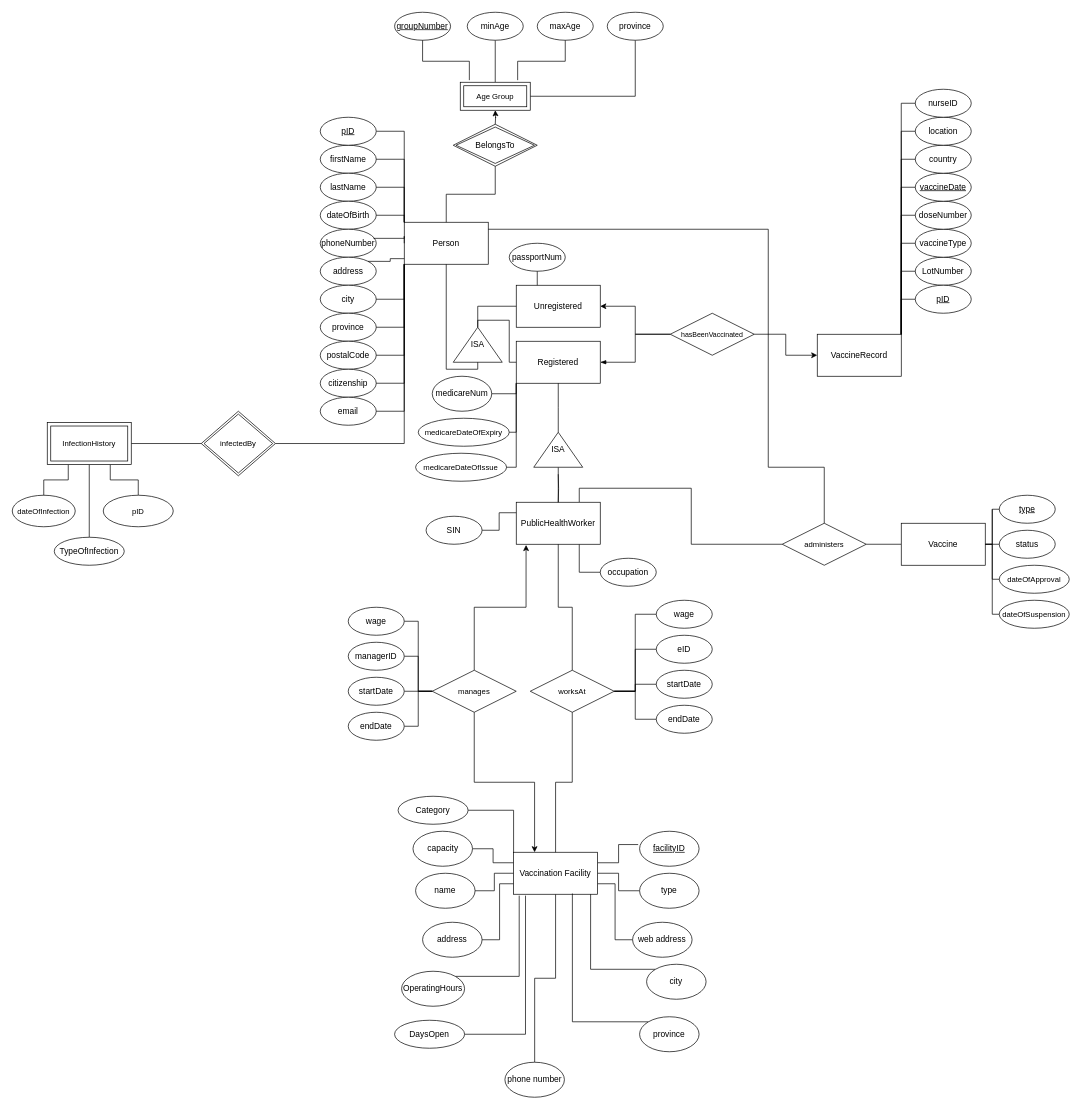
Above: main-project/COMP_353_ER_Diagram_Main_1.drawio in Fryingpannn/Databases (draw.io), before the change. Source tidied: cells renumbered, new cells numbered last; positions are measured from the earlier drawing's top-left corner, leaving out a move shared by most shapes. Both pictures are drawn from the tidied source at 70%, with x=0, y=0 at pixel (12, 12).
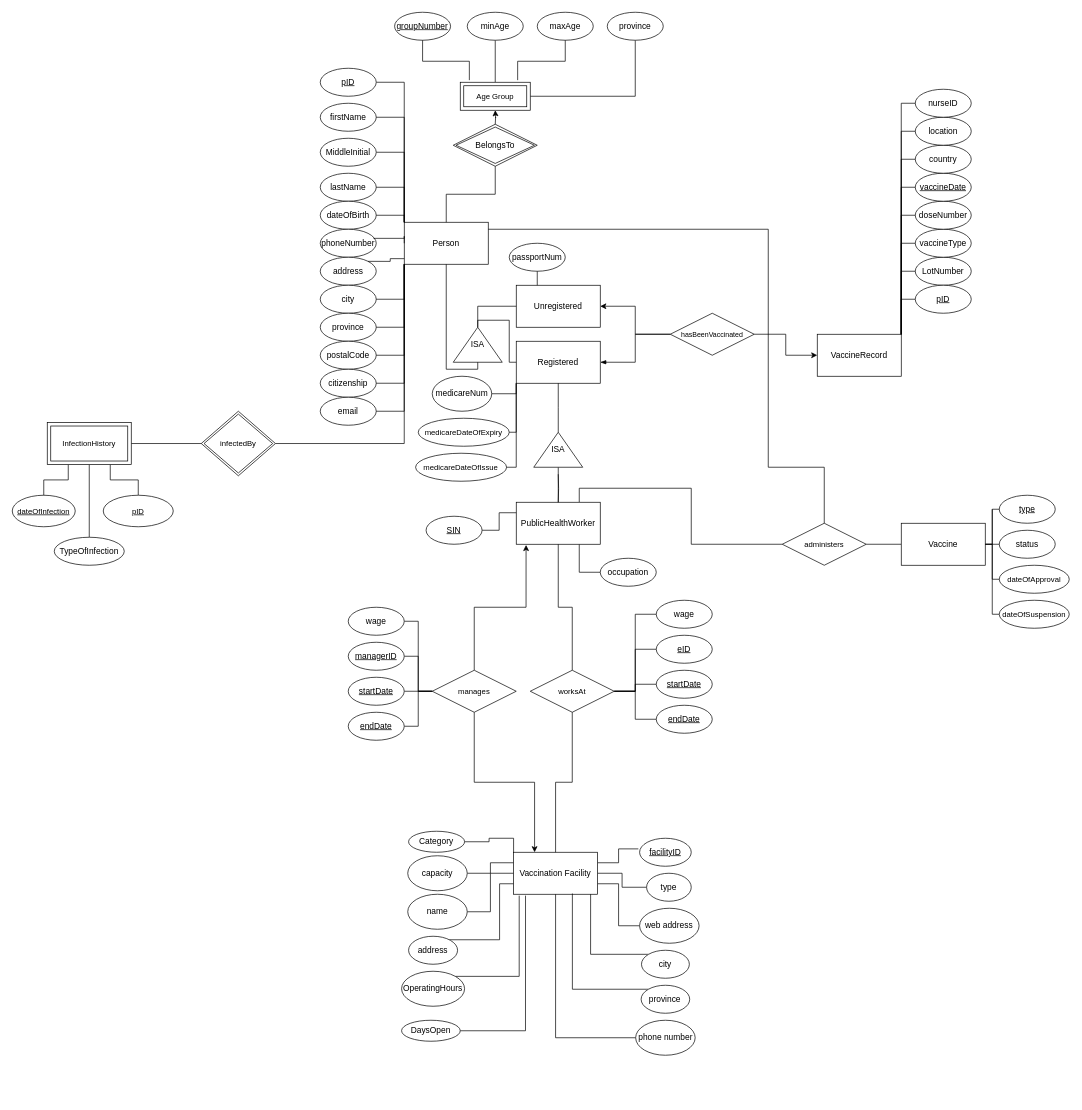
The same diagram, later.

The change refers to these unchanged cells:
```xml
<mxCell id="2" value="Person" style="rounded=0;whiteSpace=wrap;html=1;" parent="1" vertex="1">
  <mxGeometry x="560" y="300" width="120" height="60" as="geometry" />
</mxCell>
<mxCell id="89" value="Vaccination Facility" style="rounded=0;whiteSpace=wrap;html=1;" parent="1" vertex="1">
  <mxGeometry x="716.2" y="1200" width="120" height="60" as="geometry" />
</mxCell>
```

Change to the diagram source:
```diff
@@
     <mxCell id="3" value="firstName" style="ellipse;whiteSpace=wrap;html=1;" parent="1" vertex="1">
-      <mxGeometry x="440" y="190" width="80" height="40" as="geometry" />
+      <mxGeometry x="440" y="130" width="80" height="40" as="geometry" />
     </mxCell>
@@
-    <mxCell id="32" value="&lt;font style=&quot;font-size: 11px&quot;&gt;dateOfInfection&lt;/font&gt;" style="ellipse;whiteSpace=wrap;html=1;" parent="1" vertex="1">
+    <mxCell id="32" value="&lt;u&gt;&lt;font style=&quot;font-size: 11px&quot;&gt;dateOfInfection&lt;/font&gt;&lt;/u&gt;" style="ellipse;whiteSpace=wrap;html=1;" parent="1" vertex="1">
       <mxGeometry y="690" width="90" height="45" as="geometry" />
     </mxCell>
@@
-    <mxCell id="76" value="eID" style="ellipse;whiteSpace=wrap;html=1;" parent="1" vertex="1">
+    <mxCell id="76" value="&lt;u&gt;eID&lt;/u&gt;" style="ellipse;whiteSpace=wrap;html=1;" parent="1" vertex="1">
       <mxGeometry x="920" y="890" width="80" height="40" as="geometry" />
     </mxCell>
@@
-    <mxCell id="78" value="endDate" style="ellipse;whiteSpace=wrap;html=1;" parent="1" vertex="1">
+    <mxCell id="78" value="&lt;u&gt;endDate&lt;/u&gt;" style="ellipse;whiteSpace=wrap;html=1;" parent="1" vertex="1">
       <mxGeometry x="920" y="990" width="80" height="40" as="geometry" />
     </mxCell>
@@
-    <mxCell id="86" style="edgeStyle=orthogonalEdgeStyle;rounded=0;jettySize=auto;html=1;exitX=0.5;exitY=1;exitDx=0;exitDy=0;entryX=0.5;entryY=0;entryDx=0;entryDy=0;fontSize=11;fontColor=default;startArrow=none;startFill=0;endArrow=none;endFill=0;" parent="1" edge="1" source="89" target="92">
-      <mxGeometry relative="1" as="geometry" />
-    </mxCell>
@@
     <mxCell id="90" value="name" style="ellipse;whiteSpace=wrap;html=1;" parent="1" vertex="1">
-      <mxGeometry x="576.2" y="1230" width="85" height="50" as="geometry" />
+      <mxGeometry x="565" y="1260" width="85" height="50" as="geometry" />
     </mxCell>
     <mxCell id="91" value="address" style="ellipse;whiteSpace=wrap;html=1;" parent="1" vertex="1">
-      <mxGeometry x="586.2" y="1300" width="85" height="50" as="geometry" />
+      <mxGeometry x="566.2" y="1320" width="70" height="40" as="geometry" />
     </mxCell>
+    <mxCell id="151" style="edgeStyle=orthogonalEdgeStyle;rounded=0;jettySize=auto;html=1;exitX=0;exitY=0.5;exitDx=0;exitDy=0;entryX=0.5;entryY=1;entryDx=0;entryDy=0;endArrow=none;endFill=0;" parent="1" edge="1" source="92" target="89">
+      <mxGeometry relative="1" as="geometry" />
+    </mxCell>
     <mxCell id="92" value="phone number" style="ellipse;whiteSpace=wrap;html=1;" parent="1" vertex="1">
-      <mxGeometry x="703.8" y="1500" width="85" height="50" as="geometry" />
+      <mxGeometry x="890.6" y="1440" width="85" height="50" as="geometry" />
     </mxCell>
     <mxCell id="93" value="web address" style="ellipse;whiteSpace=wrap;html=1;" parent="1" vertex="1">
-      <mxGeometry x="886.2" y="1300" width="85" height="50" as="geometry" />
+      <mxGeometry x="896.2" y="1280" width="85" height="50" as="geometry" />
     </mxCell>
     <mxCell id="94" value="type" style="ellipse;whiteSpace=wrap;html=1;" parent="1" vertex="1">
-      <mxGeometry x="896.2" y="1230" width="85" height="50" as="geometry" />
+      <mxGeometry x="906.2" y="1230" width="63.8" height="40" as="geometry" />
     </mxCell>
     <mxCell id="95" value="capacity" style="ellipse;whiteSpace=wrap;html=1;" parent="1" vertex="1">
-      <mxGeometry x="572.5" y="1170" width="85" height="50" as="geometry" />
+      <mxGeometry x="565" y="1205" width="85" height="50" as="geometry" />
     </mxCell>
@@
     <mxCell id="97" value="&lt;u&gt;facilityID&lt;/u&gt;" style="ellipse;whiteSpace=wrap;html=1;" parent="1" vertex="1">
-      <mxGeometry x="896.2" y="1170" width="85" height="50" as="geometry" />
+      <mxGeometry x="896.2" y="1180" width="73.8" height="40" as="geometry" />
     </mxCell>
@@
-    <mxCell id="115" value="pID" style="ellipse;whiteSpace=wrap;html=1;align=center;labelBackgroundColor=none;fontSize=11;fontColor=default;" parent="1" vertex="1">
+    <mxCell id="115" value="&lt;u&gt;pID&lt;/u&gt;" style="ellipse;whiteSpace=wrap;html=1;align=center;labelBackgroundColor=none;fontSize=11;fontColor=default;" parent="1" vertex="1">
       <mxGeometry x="130" y="690" width="100" height="45" as="geometry" />
     </mxCell>
@@
     <mxCell id="122" value="&lt;div&gt;province&lt;/div&gt;" style="ellipse;whiteSpace=wrap;html=1;" parent="1" vertex="1">
-      <mxGeometry x="896.2" y="1435" width="85" height="50" as="geometry" />
+      <mxGeometry x="898.4" y="1390" width="69.4" height="40" as="geometry" />
     </mxCell>
@@
     <mxCell id="126" value="city" style="ellipse;whiteSpace=wrap;html=1;" parent="1" vertex="1">
-      <mxGeometry x="906.2" y="1360" width="85" height="50" as="geometry" />
+      <mxGeometry x="898.9" y="1340" width="68.4" height="40" as="geometry" />
     </mxCell>
@@
     <mxCell id="128" value="&lt;u&gt;pID&lt;/u&gt;" style="ellipse;whiteSpace=wrap;html=1;" parent="1" vertex="1">
-      <mxGeometry x="440" y="150" width="80" height="40" as="geometry" />
+      <mxGeometry x="440" y="80" width="80" height="40" as="geometry" />
     </mxCell>
@@
     <mxCell id="133" value="DaysOpen" style="ellipse;whiteSpace=wrap;html=1;align=center;" parent="1" vertex="1">
-      <mxGeometry x="546.2" y="1440" width="100" height="40" as="geometry" />
+      <mxGeometry x="556.2" y="1440" width="83.8" height="30" as="geometry" />
     </mxCell>
@@
     <mxCell id="135" value="Category" style="ellipse;whiteSpace=wrap;html=1;align=center;" parent="1" vertex="1">
-      <mxGeometry x="551.2" y="1120" width="100" height="40" as="geometry" />
+      <mxGeometry x="566.2" y="1170" width="80" height="30" as="geometry" />
     </mxCell>
@@
-    <mxCell id="137" value="startDate" style="ellipse;whiteSpace=wrap;html=1;" parent="1" vertex="1">
+    <mxCell id="137" value="&lt;u&gt;startDate&lt;/u&gt;" style="ellipse;whiteSpace=wrap;html=1;" parent="1" vertex="1">
       <mxGeometry x="920" y="940" width="80" height="40" as="geometry" />
     </mxCell>
@@
-    <mxCell id="141" value="managerID" style="ellipse;whiteSpace=wrap;html=1;" parent="1" vertex="1">
+    <mxCell id="141" value="&lt;u&gt;managerID&lt;/u&gt;" style="ellipse;whiteSpace=wrap;html=1;" parent="1" vertex="1">
       <mxGeometry x="480" y="900" width="80" height="40" as="geometry" />
     </mxCell>
@@
-    <mxCell id="143" value="endDate" style="ellipse;whiteSpace=wrap;html=1;" parent="1" vertex="1">
+    <mxCell id="143" value="&lt;u&gt;endDate&lt;/u&gt;" style="ellipse;whiteSpace=wrap;html=1;" parent="1" vertex="1">
       <mxGeometry x="480" y="1000" width="80" height="40" as="geometry" />
     </mxCell>
@@
-    <mxCell id="145" value="startDate" style="ellipse;whiteSpace=wrap;html=1;" parent="1" vertex="1">
+    <mxCell id="145" value="&lt;u&gt;startDate&lt;/u&gt;" style="ellipse;whiteSpace=wrap;html=1;" parent="1" vertex="1">
       <mxGeometry x="480" y="950" width="80" height="40" as="geometry" />
     </mxCell>
@@
-    <mxCell id="149" value="SIN" style="ellipse;whiteSpace=wrap;html=1;" parent="1" vertex="1">
+    <mxCell id="149" value="&lt;u&gt;SIN&lt;/u&gt;" style="ellipse;whiteSpace=wrap;html=1;" parent="1" vertex="1">
       <mxGeometry x="591.2" y="720" width="80" height="40" as="geometry" />
     </mxCell>
@@
+    <mxCell id="152" style="edgeStyle=orthogonalEdgeStyle;rounded=0;jettySize=auto;html=1;exitX=1;exitY=0.5;exitDx=0;exitDy=0;entryX=0;entryY=0;entryDx=0;entryDy=0;endArrow=none;endFill=0;" parent="1" edge="1" source="153" target="2">
+      <mxGeometry relative="1" as="geometry" />
+    </mxCell>
+    <mxCell id="153" value="MiddleInitial" style="ellipse;whiteSpace=wrap;html=1;" parent="1" vertex="1">
+      <mxGeometry x="440" y="180" width="80" height="40" as="geometry" />
+    </mxCell>
```
